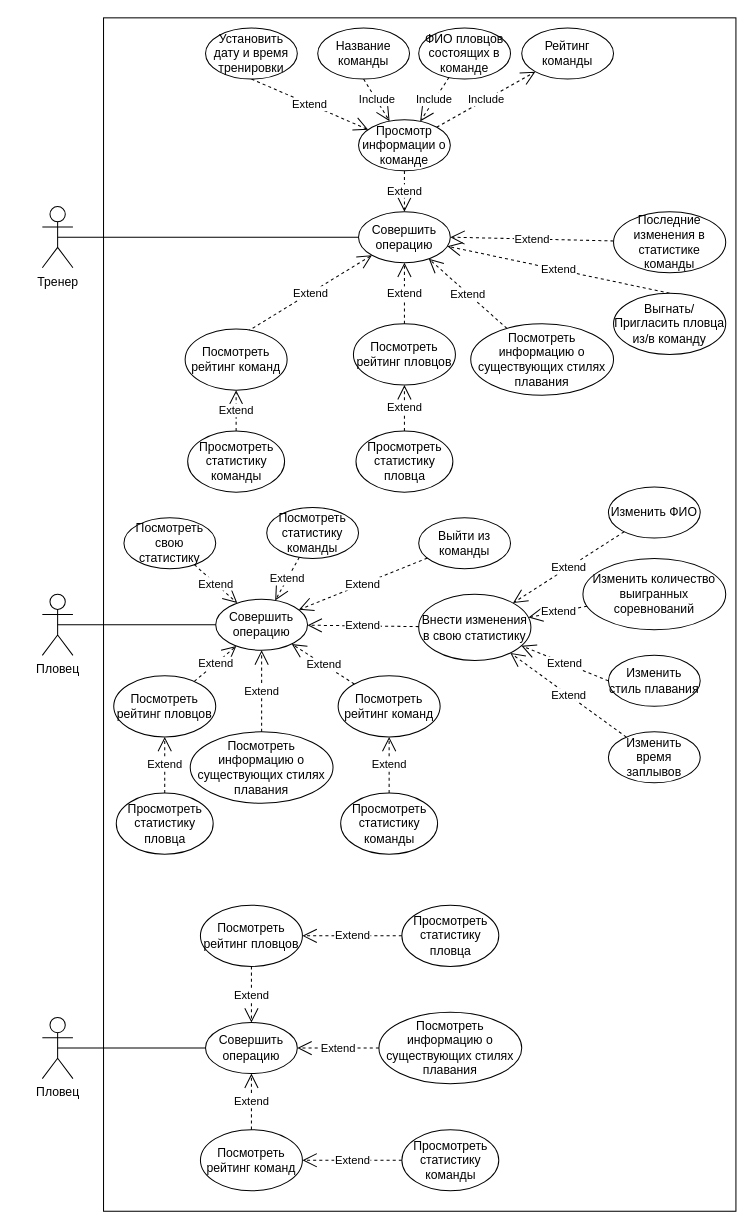
This is owner_use_case.drawio from hardlywave/PPVIS, a draw.io file, before an edit. Source tidied: cells renumbered, new cells numbered last; positions are measured from the earlier drawing's top-left corner, leaving out a move shared by most shapes. Both pictures are drawn from the tidied source at 102%, with x=0, y=0 at pixel (42, 17).
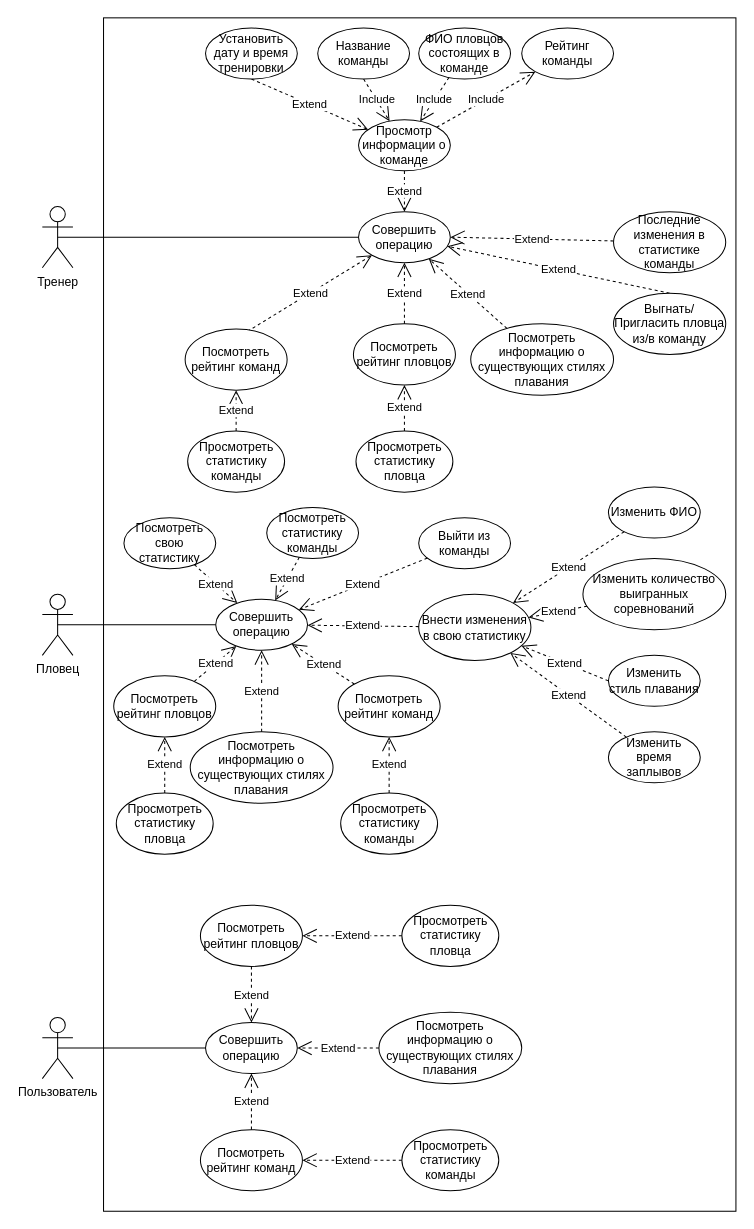
The same diagram, later.

Diff of the diagram source:
```diff
@@
-    <mxCell id="59" value="Пловец" style="shape=umlActor;verticalLabelPosition=bottom;verticalAlign=top;html=1;outlineConnect=0;" parent="1" vertex="1">
+    <mxCell id="59" value="Пользователь&lt;br&gt;" style="shape=umlActor;verticalLabelPosition=bottom;verticalAlign=top;html=1;outlineConnect=0;" parent="1" vertex="1">
       <mxGeometry y="980" width="30" height="60" as="geometry" />
     </mxCell>
```
